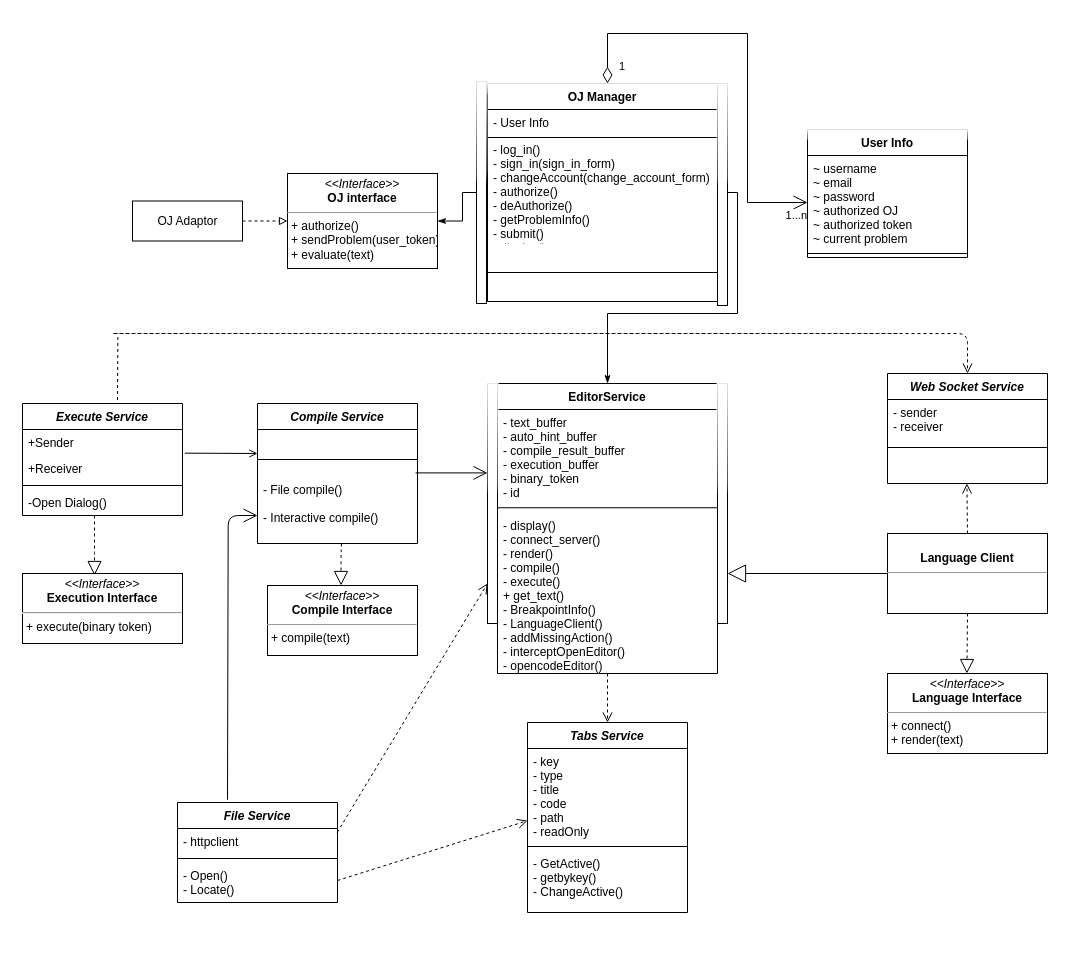
gulang2019/ClaviCode-UML keeps this draw.io diagram as OOA_classGraph.drawio. Above is the earlier version. Source tidied: cells renumbered, new cells numbered last; positions are measured from the earlier drawing's top-left corner, leaving out a move shared by most shapes. Both pictures are drawn from the tidied source at 100%, with x=0, y=0 at pixel (22, 33).
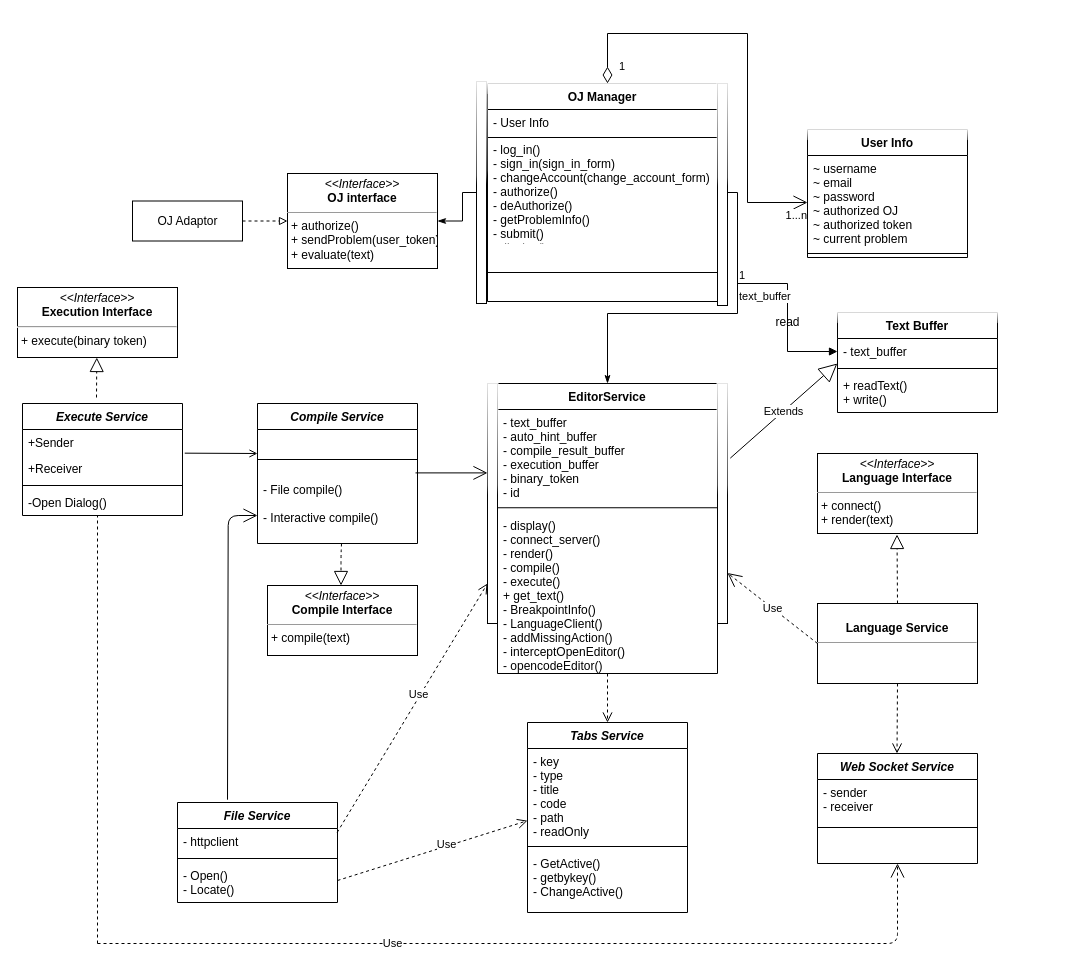
The same diagram, later.

The change refers to these unchanged cells:
```xml
<mxCell id="16" style="html=1;points=[];perimeter=orthogonalPerimeter;glass=1;verticalAlign=middle;" parent="10" vertex="1">
  <mxGeometry x="230" width="10" height="240" as="geometry" />
</mxCell>
<mxCell id="55" style="html=1;verticalAlign=bottom;endArrow=open;dashed=1;endSize=8;fontSize=12;exitX=1;exitY=0.5;exitDx=0;exitDy=0;" parent="1" edge="1" target="51">
  <mxGeometry relative="1" as="geometry">
    <mxPoint x="315" y="847" as="sourcePoint" />
  </mxGeometry>
</mxCell>
<mxCell id="60" style="html=1;verticalAlign=bottom;endArrow=open;dashed=1;endSize=8;fontSize=12;entryX=-0.3;entryY=0.957;entryDx=0;entryDy=0;entryPerimeter=0;exitX=0.998;exitY=0.152;exitDx=0;exitDy=0;exitPerimeter=0;" parent="1" edge="1" source="57">
  <mxGeometry relative="1" as="geometry">
    <mxPoint x="465" y="550" as="targetPoint" />
  </mxGeometry>
</mxCell>
```

Diff of the diagram source:
```diff
@@
     <mxCell id="38" style="endArrow=block;dashed=1;endFill=0;endSize=12;html=1;fontSize=12;" parent="1" edge="1">
       <mxGeometry relative="1" as="geometry">
-        <mxPoint x="72" y="482" as="sourcePoint" />
-        <mxPoint x="72" y="542" as="targetPoint" />
-        <Array as="points">
-          <mxPoint x="72" y="512" />
-        </Array>
+        <mxPoint x="74" y="364" as="sourcePoint" />
+        <mxPoint x="74.3" y="324" as="targetPoint" />
       </mxGeometry>
     </mxCell>
     <mxCell id="39" value="&lt;p style=&quot;margin: 4px 0px 0px ; text-align: center ; font-size: 12px&quot;&gt;&lt;i style=&quot;font-size: 12px&quot;&gt;&amp;lt;&amp;lt;Interface&amp;gt;&amp;gt;&lt;/i&gt;&lt;br style=&quot;font-size: 12px&quot;&gt;&lt;b style=&quot;font-size: 12px&quot;&gt;Execution Interface&lt;/b&gt;&lt;/p&gt;&lt;hr style=&quot;font-size: 12px&quot;&gt;&lt;p style=&quot;margin: 0px 0px 0px 4px ; font-size: 12px&quot;&gt;+ execute(binary token)&lt;br&gt;&lt;/p&gt;" style="verticalAlign=top;align=left;overflow=fill;fontSize=12;fontFamily=Helvetica;html=1;" parent="1" vertex="1">
-      <mxGeometry y="540" width="160" height="70" as="geometry" />
+      <mxGeometry x="-5" y="254" width="160" height="70" as="geometry" />
     </mxCell>
-    <mxCell id="40" style="html=1;verticalAlign=bottom;endArrow=open;dashed=1;endSize=8;fontSize=12;exitX=1.023;exitY=0.083;exitDx=0;exitDy=0;exitPerimeter=0;" parent="1" edge="1">
-      <mxGeometry relative="1" as="geometry">
-        <mxPoint x="875" y="300" as="sourcePoint" />
-        <mxPoint x="945" y="340" as="targetPoint" />
-        <Array as="points">
-          <mxPoint x="85" y="300" />
-          <mxPoint x="945" y="300" />
-        </Array>
-      </mxGeometry>
-    </mxCell>
-    <mxCell id="41" style="endArrow=none;dashed=1;html=1;fontSize=12;exitX=0.56;exitY=-0.031;exitDx=0;exitDy=0;exitPerimeter=0;" parent="1" edge="1">
-      <mxGeometry relative="1" as="geometry">
-        <mxPoint x="95" y="366.5" as="sourcePoint" />
-        <mxPoint x="95.4" y="300" as="targetPoint" />
-      </mxGeometry>
-    </mxCell>
     <mxCell id="42" value="Web Socket Service" style="swimlane;fontStyle=3;align=center;verticalAlign=top;horizontal=1;startSize=26;rounded=0;shadow=0;strokeWidth=1;fontSize=12;" parent="1" vertex="1">
-      <mxGeometry x="865" y="340" width="160" height="110" as="geometry" />
+      <mxGeometry x="795" y="720" width="160" height="110" as="geometry" />
     </mxCell>
@@
     <mxCell id="45" value="&lt;p style=&quot;margin: 0px ; margin-top: 4px ; text-align: center&quot;&gt;&lt;i&gt;&amp;lt;&amp;lt;Interface&amp;gt;&amp;gt;&lt;/i&gt;&lt;br&gt;&lt;b&gt;Language Interface&lt;/b&gt;&lt;/p&gt;&lt;hr size=&quot;1&quot;&gt;&lt;p style=&quot;margin: 0px 0px 0px 4px&quot;&gt;+ connect()&lt;/p&gt;&lt;p style=&quot;margin: 0px 0px 0px 4px&quot;&gt;+ render(text)&lt;/p&gt;" style="verticalAlign=top;align=left;overflow=fill;fontSize=12;fontFamily=Helvetica;html=1;" parent="1" vertex="1">
-      <mxGeometry x="865" y="640" width="160" height="80" as="geometry" />
+      <mxGeometry x="795" y="420" width="160" height="80" as="geometry" />
     </mxCell>
-    <mxCell id="46" value="&lt;p style=&quot;margin: 0px ; margin-top: 4px ; text-align: center&quot;&gt;&lt;br&gt;&lt;b&gt;Language Client&lt;/b&gt;&lt;/p&gt;&lt;hr size=&quot;1&quot;&gt;&lt;p style=&quot;margin: 0px ; margin-left: 4px&quot;&gt;&lt;br&gt;&lt;/p&gt;&lt;p style=&quot;margin: 0px ; margin-left: 4px&quot;&gt;&lt;br&gt;&lt;/p&gt;" style="verticalAlign=top;align=left;overflow=fill;fontSize=12;fontFamily=Helvetica;html=1;" parent="1" vertex="1">
-      <mxGeometry x="865" y="500" width="160" height="80" as="geometry" />
+    <mxCell id="46" value="&lt;p style=&quot;margin: 0px ; margin-top: 4px ; text-align: center&quot;&gt;&lt;br&gt;&lt;b&gt;Language Service&lt;/b&gt;&lt;/p&gt;&lt;hr size=&quot;1&quot;&gt;&lt;p style=&quot;margin: 0px ; margin-left: 4px&quot;&gt;&lt;br&gt;&lt;/p&gt;&lt;p style=&quot;margin: 0px ; margin-left: 4px&quot;&gt;&lt;br&gt;&lt;/p&gt;" style="verticalAlign=top;align=left;overflow=fill;fontSize=12;fontFamily=Helvetica;html=1;" parent="1" vertex="1">
+      <mxGeometry x="795" y="570" width="160" height="80" as="geometry" />
     </mxCell>
-    <mxCell id="47" style="html=1;verticalAlign=bottom;endArrow=open;dashed=1;endSize=8;fontSize=12;exitX=0.5;exitY=0;exitDx=0;exitDy=0;" parent="1" edge="1" source="46">
+    <mxCell id="47" style="html=1;verticalAlign=bottom;endArrow=open;dashed=1;endSize=8;fontSize=12;exitX=0.5;exitY=1;exitDx=0;exitDy=0;" parent="1" edge="1" source="46">
       <mxGeometry relative="1" as="geometry">
-        <mxPoint x="944.4" y="450" as="targetPoint" />
+        <mxPoint x="874.5" y="720" as="targetPoint" />
       </mxGeometry>
     </mxCell>
-    <mxCell id="48" style="endArrow=block;dashed=1;endFill=0;endSize=12;html=1;fontSize=12;exitX=0.5;exitY=1;exitDx=0;exitDy=0;" parent="1" edge="1" source="46">
+    <mxCell id="48" style="endArrow=block;dashed=1;endFill=0;endSize=12;html=1;fontSize=12;exitX=0.5;exitY=0;exitDx=0;exitDy=0;" parent="1" edge="1" source="46">
       <mxGeometry relative="1" as="geometry">
-        <mxPoint x="944.4" y="640" as="targetPoint" />
+        <mxPoint x="874.5" y="501" as="targetPoint" />
       </mxGeometry>
     </mxCell>
-    <mxCell id="49" style="endArrow=block;endSize=16;endFill=0;html=1;fontSize=12;exitX=0;exitY=0.5;exitDx=0;exitDy=0;" parent="1" edge="1" source="46">
-      <mxGeometry x="-0.53" y="-280" relative="1" as="geometry">
-        <mxPoint x="705" y="540" as="targetPoint" />
-      </mxGeometry>
-    </mxCell>
@@
+    <mxCell id="65" value="Use" style="edgeLabel;html=1;align=center;verticalAlign=middle;" parent="55" vertex="1">
+      <mxGeometry x="0.14" y="2" relative="1" as="geometry" />
+    </mxCell>
@@
+    <mxCell id="66" value="Use" style="edgeLabel;html=1;align=center;verticalAlign=middle;" parent="60" vertex="1">
+      <mxGeometry x="0.11" y="2" relative="1" as="geometry">
+        <mxPoint x="-1" as="offset" />
+      </mxGeometry>
+    </mxCell>
@@
+    <mxCell id="67" value="Use" style="endArrow=open;endSize=12;dashed=1;html=1;exitX=0;exitY=0.5;exitDx=0;exitDy=0;" parent="1" edge="1" source="46">
+      <mxGeometry relative="1" as="geometry">
+        <mxPoint x="705" y="539.5" as="targetPoint" />
+      </mxGeometry>
+    </mxCell>
+    <mxCell id="68" value="Text Buffer" style="swimlane;fontStyle=1;align=center;verticalAlign=top;horizontal=1;startSize=26;glass=1;" parent="1" vertex="1">
+      <mxGeometry x="815" y="279" width="160" height="100" as="geometry" />
+    </mxCell>
+    <mxCell id="69" value="- text_buffer" style="text;strokeColor=none;fillColor=none;align=left;verticalAlign=top;spacingLeft=4;spacingRight=4;overflow=hidden;points=[[0,0.5],[1,0.5]];portConstraint=eastwest;glass=1;" parent="68" vertex="1">
+      <mxGeometry y="26" width="160" height="26" as="geometry" />
+    </mxCell>
+    <mxCell id="70" style="line;strokeWidth=1;fillColor=none;align=left;verticalAlign=middle;spacingTop=-1;spacingLeft=3;spacingRight=3;labelPosition=right;glass=1;" parent="68" vertex="1">
+      <mxGeometry y="52" width="160" height="8" as="geometry" />
+    </mxCell>
+    <mxCell id="71" value="+ readText()&#10;+ write()" style="text;strokeColor=none;fillColor=none;align=left;verticalAlign=top;spacingLeft=4;spacingRight=4;overflow=hidden;glass=1;" parent="68" vertex="1">
+      <mxGeometry y="60" width="160" height="40" as="geometry" />
+    </mxCell>
+    <mxCell id="72" value="Extends" style="endArrow=block;endSize=16;endFill=0;html=1;rounded=0;entryX=-0.001;entryY=0.962;entryDx=0;entryDy=0;entryPerimeter=0;exitX=1.28;exitY=0.311;exitDx=0;exitDy=0;exitPerimeter=0;" parent="1" edge="1" source="16" target="69">
+      <mxGeometry relative="1" as="geometry" />
+    </mxCell>
+    <mxCell id="73" value="text_buffer" style="endArrow=block;endFill=1;html=1;edgeStyle=orthogonalEdgeStyle;align=left;verticalAlign=top;rounded=0;entryX=0;entryY=0.5;entryDx=0;entryDy=0;" parent="1" edge="1" target="69">
+      <mxGeometry x="-1" relative="1" as="geometry">
+        <mxPoint x="715" y="250" as="sourcePoint" />
+        <Array as="points">
+          <mxPoint x="765" y="250" />
+          <mxPoint x="765" y="318" />
+        </Array>
+      </mxGeometry>
+    </mxCell>
+    <mxCell id="74" value="1" style="edgeLabel;html=1;align=left;verticalAlign=bottom;glass=1;" parent="73" vertex="1">
+      <mxGeometry x="-1" relative="1" as="geometry" />
+    </mxCell>
+    <mxCell id="75" value="read" style="text;html=1;align=center;verticalAlign=middle;strokeColor=none;fillColor=none;" parent="1" vertex="1">
+      <mxGeometry x="745" y="279" width="40" height="20" as="geometry" />
+    </mxCell>
+    <mxCell id="76" value="Use" style="endArrow=open;endSize=12;dashed=1;html=1;entryX=0.5;entryY=1;entryDx=0;entryDy=0;" parent="1" edge="1" target="42">
+      <mxGeometry x="-0.33" relative="1" as="geometry">
+        <mxPoint x="75" y="910" as="sourcePoint" />
+        <Array as="points">
+          <mxPoint x="875" y="910" />
+        </Array>
+      </mxGeometry>
+    </mxCell>
+    <mxCell id="77" style="endArrow=none;dashed=1;html=1;" parent="1" edge="1">
+      <mxGeometry relative="1" as="geometry">
+        <mxPoint x="75" y="910" as="sourcePoint" />
+        <mxPoint x="75" y="482" as="targetPoint" />
+      </mxGeometry>
+    </mxCell>
```
